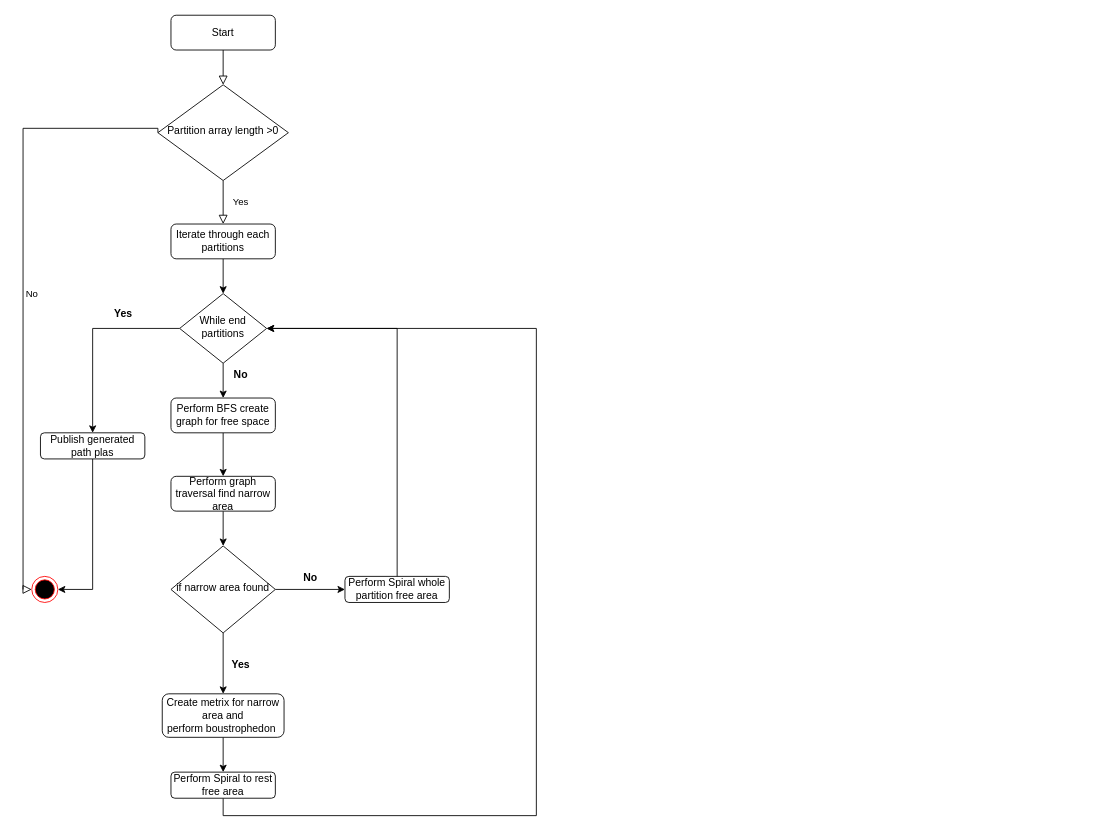
Earlier version of the draw.io diagram page "Page-3" (3 of 3) of Path planning flow chart.drawio (RandikaVS/Edfoci-chat-server). Source tidied: cells renumbered, new cells numbered last; positions are measured from the earlier drawing's top-left corner, leaving out a move shared by most shapes. Both pictures are drawn from the tidied source at 87%, with x=0, y=0 at pixel (23, 15).
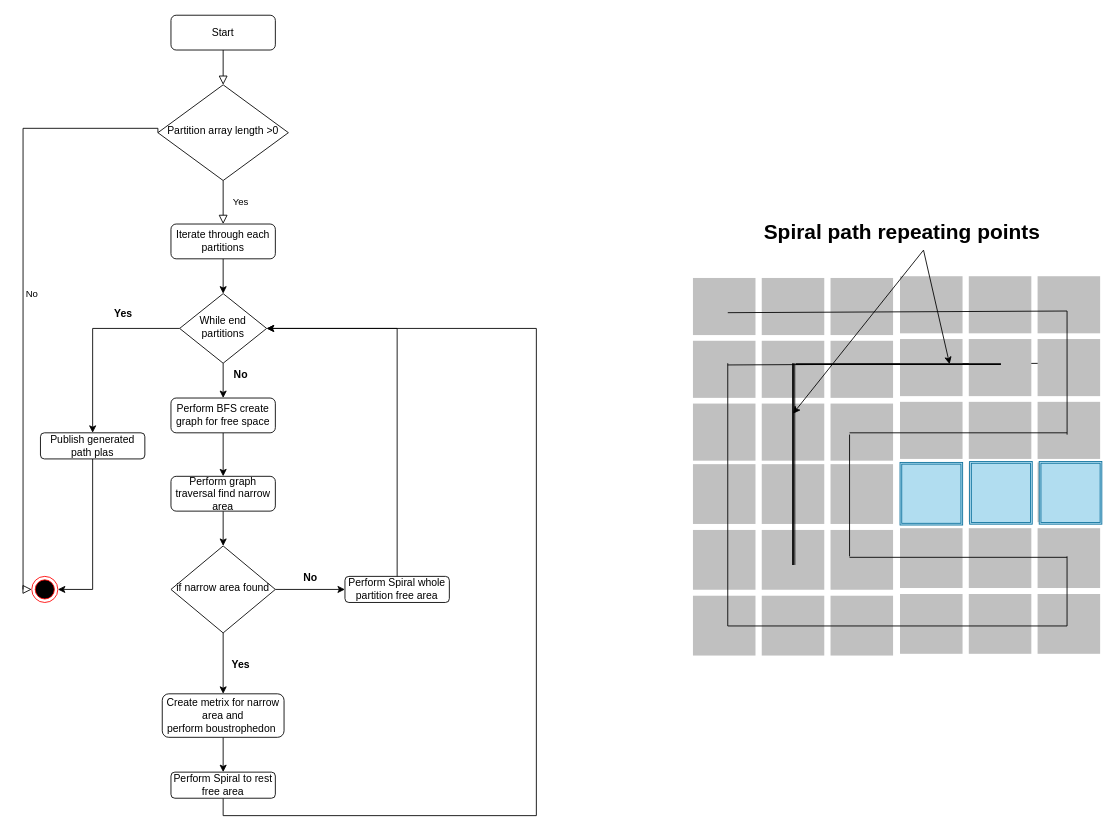
Above is the later version.

The edit, as a diff of the source:
```diff
@@
+    <mxCell id="32" style="group;" parent="1" vertex="1">
+      <mxGeometry x="770" y="300" width="470" height="436" as="geometry" />
+    </mxCell>
+    <mxCell id="33" style="group;" parent="32" vertex="1">
+      <mxGeometry y="2" width="230" height="434" as="geometry" />
+    </mxCell>
+    <mxCell id="34" style="html=1;verticalLabelPosition=bottom;labelBackgroundColor=#ffffff;verticalAlign=top;shadow=0;dashed=0;strokeWidth=1;shape=mxgraph.ios7ui.iconGrid;fillColor=#c0c0c0;gridSize=3,3;" parent="33" vertex="1">
+      <mxGeometry width="230" height="210" as="geometry" />
+    </mxCell>
+    <mxCell id="35" style="html=1;verticalLabelPosition=bottom;labelBackgroundColor=#ffffff;verticalAlign=top;shadow=0;dashed=0;strokeWidth=1;shape=mxgraph.ios7ui.iconGrid;fillColor=#c0c0c0;gridSize=3,3;" parent="33" vertex="1">
+      <mxGeometry y="214" width="230" height="220" as="geometry" />
+    </mxCell>
+    <mxCell id="36" style="endArrow=none;html=1;strokeWidth=1;rounded=0;exitX=0.835;exitY=0.867;exitDx=0;exitDy=0;exitPerimeter=0;" parent="33" edge="1">
+      <mxGeometry relative="1" as="geometry">
+        <mxPoint x="180" y="320" as="sourcePoint" />
+        <mxPoint x="180" y="180" as="targetPoint" />
+      </mxGeometry>
+    </mxCell>
+    <mxCell id="37" style="endArrow=none;html=1;strokeWidth=1;rounded=0;exitX=0.835;exitY=0.867;exitDx=0;exitDy=0;exitPerimeter=0;" parent="33" edge="1">
+      <mxGeometry relative="1" as="geometry">
+        <mxPoint x="40" y="400" as="sourcePoint" />
+        <mxPoint x="40" y="98" as="targetPoint" />
+      </mxGeometry>
+    </mxCell>
+    <mxCell id="38" style="endArrow=none;html=1;strokeWidth=1;rounded=0;exitX=0.835;exitY=0.867;exitDx=0;exitDy=0;exitPerimeter=0;" parent="33" edge="1">
+      <mxGeometry relative="1" as="geometry">
+        <mxPoint x="117.1" y="329.9" as="sourcePoint" />
+        <mxPoint x="117" y="98" as="targetPoint" />
+      </mxGeometry>
+    </mxCell>
+    <mxCell id="39" style="endArrow=none;html=1;strokeWidth=1;rounded=0;exitX=0.174;exitY=0.19;exitDx=0;exitDy=0;exitPerimeter=0;" parent="33" edge="1">
+      <mxGeometry relative="1" as="geometry">
+        <mxPoint x="40" y="100" as="sourcePoint" />
+        <mxPoint x="430" y="98" as="targetPoint" />
+      </mxGeometry>
+    </mxCell>
+    <mxCell id="40" style="line;strokeWidth=2;direction=south;html=1;" parent="33" vertex="1">
+      <mxGeometry x="110" y="98" width="10" height="232" as="geometry" />
+    </mxCell>
+    <mxCell id="41" style="group;" parent="32" vertex="1">
+      <mxGeometry x="238" width="232" height="434" as="geometry" />
+    </mxCell>
+    <mxCell id="42" style="html=1;verticalLabelPosition=bottom;labelBackgroundColor=#ffffff;verticalAlign=top;shadow=0;dashed=0;strokeWidth=1;shape=mxgraph.ios7ui.iconGrid;fillColor=#c0c0c0;gridSize=3,3;" parent="41" vertex="1">
+      <mxGeometry width="230" height="210" as="geometry" />
+    </mxCell>
+    <mxCell id="43" style="html=1;verticalLabelPosition=bottom;labelBackgroundColor=#ffffff;verticalAlign=top;shadow=0;dashed=0;strokeWidth=1;shape=mxgraph.ios7ui.iconGrid;fillColor=#c0c0c0;gridSize=3,3;" parent="41" vertex="1">
+      <mxGeometry y="214" width="230" height="220" as="geometry" />
+    </mxCell>
+    <mxCell id="44" style="shape=ext;double=1;whiteSpace=wrap;html=1;strokeColor=#10739e;fillColor=#b1ddf0;" parent="41" vertex="1">
+      <mxGeometry x="160" y="213" width="72" height="72" as="geometry" />
+    </mxCell>
+    <mxCell id="45" style="shape=ext;double=1;whiteSpace=wrap;html=1;strokeColor=#10739e;fillColor=#b1ddf0;" parent="41" vertex="1">
+      <mxGeometry x="80" y="213" width="72" height="72" as="geometry" />
+    </mxCell>
+    <mxCell id="46" style="shape=ext;double=1;whiteSpace=wrap;html=1;strokeColor=#10739e;fillColor=#b1ddf0;" parent="41" vertex="1">
+      <mxGeometry y="214" width="72" height="72" as="geometry" />
+    </mxCell>
+    <mxCell id="47" style="endArrow=none;html=1;strokeWidth=1;rounded=0;" parent="41" edge="1">
+      <mxGeometry relative="1" as="geometry">
+        <mxPoint x="-58" y="323.1" as="sourcePoint" />
+        <mxPoint x="192" y="323.1" as="targetPoint" />
+      </mxGeometry>
+    </mxCell>
+    <mxCell id="48" style="endArrow=none;html=1;strokeWidth=1;rounded=0;" parent="41" edge="1">
+      <mxGeometry relative="1" as="geometry">
+        <mxPoint x="192" y="402" as="sourcePoint" />
+        <mxPoint x="192" y="322" as="targetPoint" />
+      </mxGeometry>
+    </mxCell>
+    <mxCell id="49" style="endArrow=none;html=1;strokeWidth=1;rounded=0;exitX=0.174;exitY=0.19;exitDx=0;exitDy=0;exitPerimeter=0;" parent="41" edge="1">
+      <mxGeometry relative="1" as="geometry">
+        <mxPoint x="-198" y="402" as="sourcePoint" />
+        <mxPoint x="192" y="402" as="targetPoint" />
+      </mxGeometry>
+    </mxCell>
+    <mxCell id="50" style="line;strokeWidth=2;direction=west;html=1;" parent="41" vertex="1">
+      <mxGeometry x="-120" y="96" width="236" height="10" as="geometry" />
+    </mxCell>
+    <mxCell id="51" style="endArrow=none;html=1;strokeWidth=1;rounded=0;exitX=0.174;exitY=0.19;exitDx=0;exitDy=0;exitPerimeter=0;" parent="1" edge="1" source="34">
+      <mxGeometry relative="1" as="geometry">
+        <mxPoint x="1200" y="340" as="targetPoint" />
+      </mxGeometry>
+    </mxCell>
+    <mxCell id="52" style="endArrow=none;html=1;strokeWidth=1;rounded=0;" parent="1" edge="1">
+      <mxGeometry relative="1" as="geometry">
+        <mxPoint x="950" y="480" as="sourcePoint" />
+        <mxPoint x="1200" y="480" as="targetPoint" />
+      </mxGeometry>
+    </mxCell>
+    <mxCell id="53" style="endArrow=none;html=1;strokeWidth=1;rounded=0;exitX=0.835;exitY=0.867;exitDx=0;exitDy=0;exitPerimeter=0;" parent="1" edge="1" source="42">
+      <mxGeometry relative="1" as="geometry">
+        <mxPoint x="1200" y="340" as="targetPoint" />
+      </mxGeometry>
+    </mxCell>
+    <mxCell id="54" value="Spiral path repeating points" style="text;strokeColor=none;fillColor=none;html=1;fontSize=24;fontStyle=1;verticalAlign=middle;align=center;" parent="1" vertex="1">
+      <mxGeometry x="960" y="230" width="100" height="40" as="geometry" />
+    </mxCell>
+    <mxCell id="55" style="endArrow=classic;html=1;rounded=0;exitX=0.75;exitY=1;exitDx=0;exitDy=0;entryX=0.25;entryY=0.5;entryDx=0;entryDy=0;entryPerimeter=0;" parent="1" edge="1" source="54" target="50">
+      <mxGeometry relative="1" as="geometry" />
+    </mxCell>
+    <mxCell id="56" style="endArrow=classic;html=1;rounded=0;exitX=0.75;exitY=1;exitDx=0;exitDy=0;entryX=0.25;entryY=0.5;entryDx=0;entryDy=0;entryPerimeter=0;" parent="1" edge="1" source="54" target="40">
+      <mxGeometry relative="1" as="geometry" />
+    </mxCell>
```
